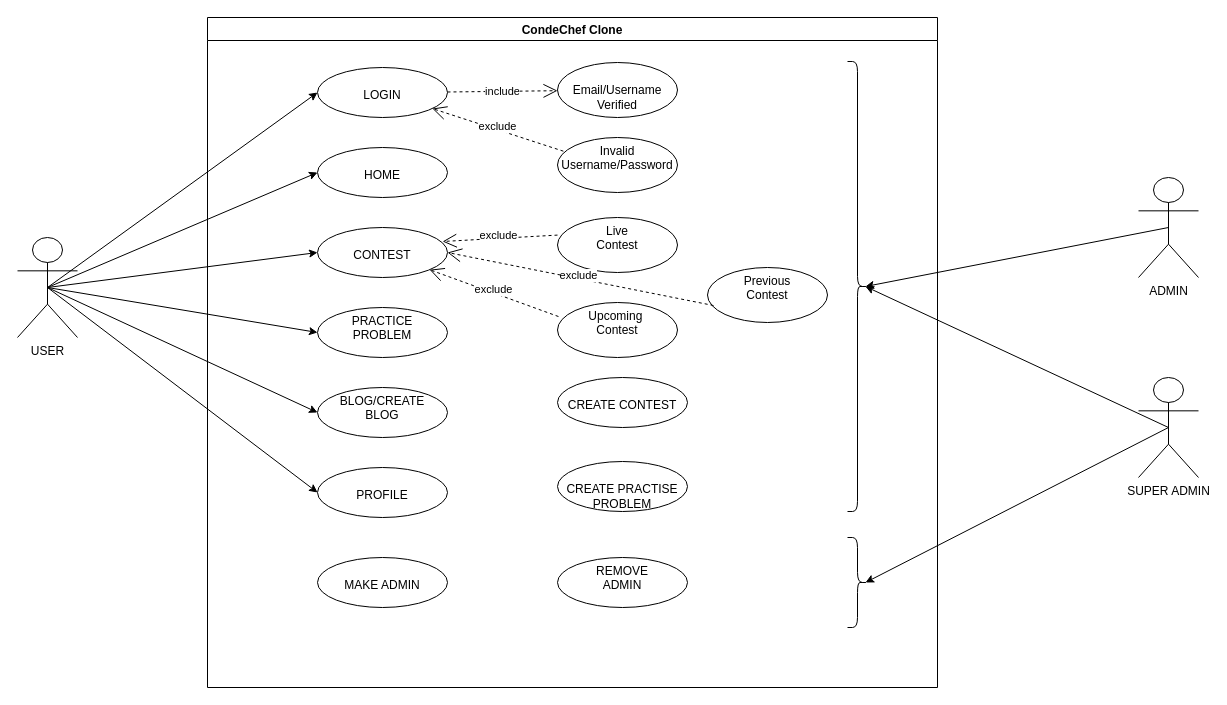
The draw.io diagram usecase.drawio in 00sukhjeet00/codechef-clone-diagrams, before the edit. Source tidied: cells renumbered, new cells numbered last; positions are measured from the earlier drawing's top-left corner, leaving out a move shared by most shapes. Both pictures are drawn from the tidied source at 100%, with x=0, y=0 at pixel (17, 17).
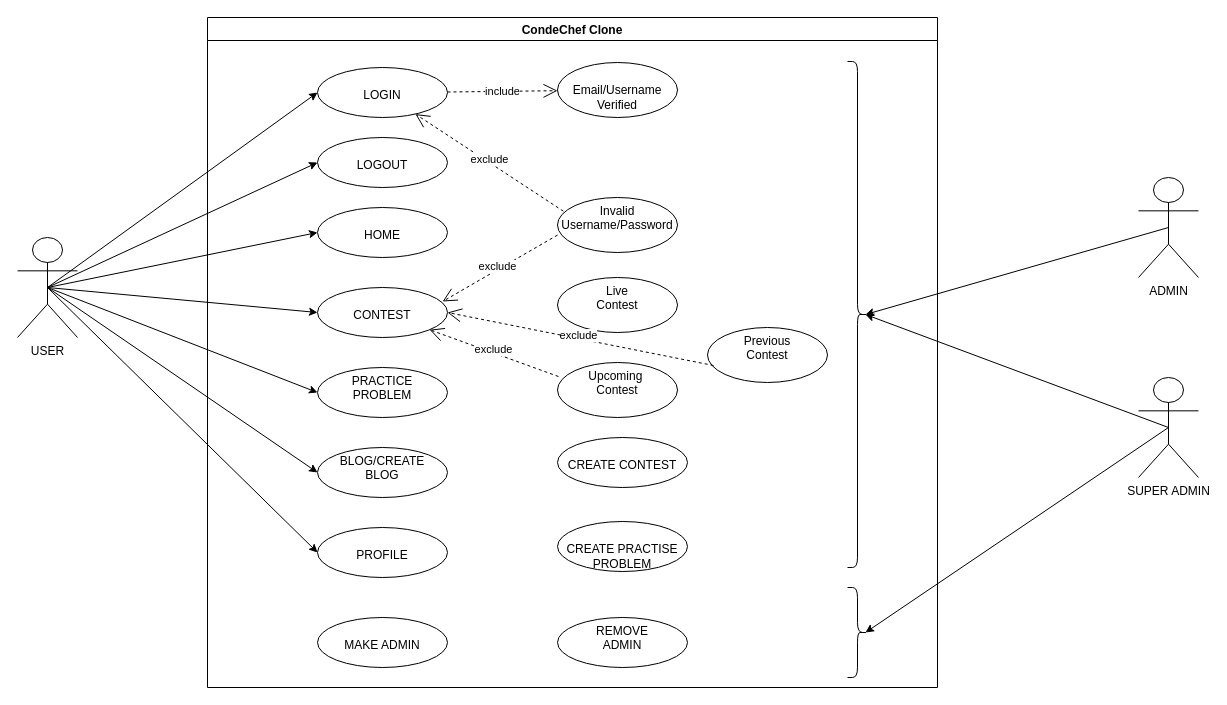
After the change.

Unchanged cells that the change refers to:
```xml
<mxCell id="5" value="CondeChef Clone" style="swimlane;" parent="1" vertex="1">
  <mxGeometry x="190" width="730" height="670" as="geometry" />
</mxCell>
```

What changed in the source:
```diff
@@
     <mxCell id="7" value="Invalid Username/Password" style="ellipse;whiteSpace=wrap;html=1;verticalAlign=top;" parent="5" vertex="1">
-      <mxGeometry x="350" y="120" width="120" height="55" as="geometry" />
+      <mxGeometry x="350" y="180" width="120" height="55" as="geometry" />
     </mxCell>
@@
     <mxCell id="11" value="&lt;br&gt;HOME" style="ellipse;whiteSpace=wrap;html=1;verticalAlign=top;" parent="5" vertex="1">
-      <mxGeometry x="110" y="130" width="130" height="50" as="geometry" />
+      <mxGeometry x="110" y="190" width="130" height="50" as="geometry" />
     </mxCell>
     <mxCell id="12" value="&lt;br&gt;CONTEST" style="ellipse;whiteSpace=wrap;html=1;verticalAlign=top;" parent="5" vertex="1">
-      <mxGeometry x="110" y="210" width="130" height="50" as="geometry" />
+      <mxGeometry x="110" y="270" width="130" height="50" as="geometry" />
     </mxCell>
     <mxCell id="13" value="PRACTICE&lt;br&gt;PROBLEM" style="ellipse;whiteSpace=wrap;html=1;verticalAlign=top;" parent="5" vertex="1">
-      <mxGeometry x="110" y="290" width="130" height="50" as="geometry" />
+      <mxGeometry x="110" y="350" width="130" height="50" as="geometry" />
     </mxCell>
     <mxCell id="14" value="BLOG/CREATE &lt;br&gt;BLOG" style="ellipse;whiteSpace=wrap;html=1;verticalAlign=top;" parent="5" vertex="1">
-      <mxGeometry x="110" y="370" width="130" height="50" as="geometry" />
+      <mxGeometry x="110" y="430" width="130" height="50" as="geometry" />
     </mxCell>
     <mxCell id="15" value="&lt;br&gt;PROFILE" style="ellipse;whiteSpace=wrap;html=1;verticalAlign=top;" parent="5" vertex="1">
-      <mxGeometry x="110" y="450" width="130" height="50" as="geometry" />
+      <mxGeometry x="110" y="510" width="130" height="50" as="geometry" />
     </mxCell>
     <mxCell id="16" value="&lt;br&gt;CREATE CONTEST" style="ellipse;whiteSpace=wrap;html=1;verticalAlign=top;" parent="5" vertex="1">
-      <mxGeometry x="350" y="360" width="130" height="50" as="geometry" />
+      <mxGeometry x="350" y="420" width="130" height="50" as="geometry" />
     </mxCell>
     <mxCell id="17" value="&lt;br&gt;CREATE PRACTISE PROBLEM" style="ellipse;whiteSpace=wrap;html=1;verticalAlign=top;" parent="5" vertex="1">
-      <mxGeometry x="350" y="444" width="130" height="50" as="geometry" />
+      <mxGeometry x="350" y="504" width="130" height="50" as="geometry" />
     </mxCell>
     <mxCell id="18" value="&lt;br&gt;MAKE ADMIN" style="ellipse;whiteSpace=wrap;html=1;verticalAlign=top;" parent="5" vertex="1">
-      <mxGeometry x="110" y="540" width="130" height="50" as="geometry" />
+      <mxGeometry x="110" y="600" width="130" height="50" as="geometry" />
     </mxCell>
     <mxCell id="19" value="REMOVE&lt;br&gt;ADMIN" style="ellipse;whiteSpace=wrap;html=1;verticalAlign=top;" parent="5" vertex="1">
-      <mxGeometry x="350" y="540" width="130" height="50" as="geometry" />
+      <mxGeometry x="350" y="600" width="130" height="50" as="geometry" />
     </mxCell>
     <mxCell id="20" value="Live &lt;br&gt;Contest" style="ellipse;whiteSpace=wrap;html=1;verticalAlign=top;" parent="5" vertex="1">
-      <mxGeometry x="350" y="200" width="120" height="55" as="geometry" />
+      <mxGeometry x="350" y="260" width="120" height="55" as="geometry" />
     </mxCell>
@@
     <mxCell id="22" value="Previous&lt;br&gt;Contest" style="ellipse;whiteSpace=wrap;html=1;verticalAlign=top;" parent="5" vertex="1">
-      <mxGeometry x="500" y="250" width="120" height="55" as="geometry" />
+      <mxGeometry x="500" y="310" width="120" height="55" as="geometry" />
     </mxCell>
@@
     <mxCell id="24" value="Upcoming&amp;nbsp;&lt;br&gt;Contest" style="ellipse;whiteSpace=wrap;html=1;verticalAlign=top;" parent="5" vertex="1">
-      <mxGeometry x="350" y="285" width="120" height="55" as="geometry" />
+      <mxGeometry x="350" y="345" width="120" height="55" as="geometry" />
     </mxCell>
@@
     <mxCell id="26" style="shape=curlyBracket;whiteSpace=wrap;html=1;rounded=1;flipH=1;" parent="5" vertex="1">
-      <mxGeometry x="640" y="44" width="20" height="450" as="geometry" />
+      <mxGeometry x="640" y="44" width="20" height="506" as="geometry" />
     </mxCell>
     <mxCell id="27" style="shape=curlyBracket;whiteSpace=wrap;html=1;rounded=1;flipH=1;size=0.5;" parent="5" vertex="1">
-      <mxGeometry x="640" y="520" width="20" height="90" as="geometry" />
+      <mxGeometry x="640" y="570" width="20" height="90" as="geometry" />
     </mxCell>
+    <mxCell id="37" value="&lt;div&gt;&lt;br&gt;&lt;/div&gt;&lt;div&gt;LOGOUT&lt;br&gt;&lt;/div&gt;" style="ellipse;whiteSpace=wrap;html=1;verticalAlign=top;" parent="5" vertex="1">
+      <mxGeometry x="110" y="120" width="130" height="50" as="geometry" />
+    </mxCell>
@@
+    <mxCell id="38" style="endArrow=classic;html=1;rounded=0;entryX=0;entryY=0.5;entryDx=0;entryDy=0;" parent="1" edge="1" target="37">
+      <mxGeometry relative="1" as="geometry">
+        <mxPoint x="30" y="270" as="sourcePoint" />
+      </mxGeometry>
+    </mxCell>
```
